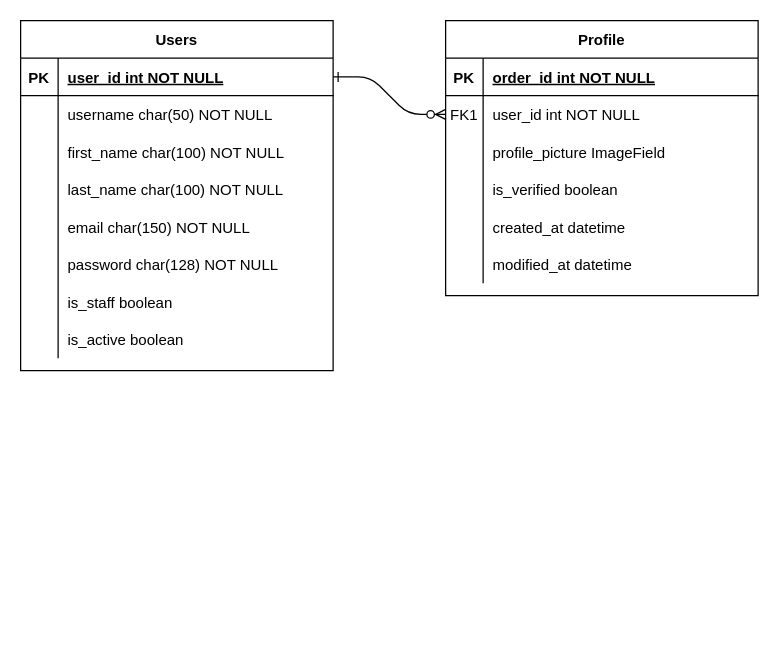
Estadias-Fracc/ER keeps this draw.io diagram as ER.drawio. Above is the earlier version. Source tidied: cells renumbered, new cells numbered last; positions are measured from the earlier drawing's top-left corner, leaving out a move shared by most shapes. Both pictures are drawn from the tidied source at 125%, with x=0, y=0 at pixel (20, 20).
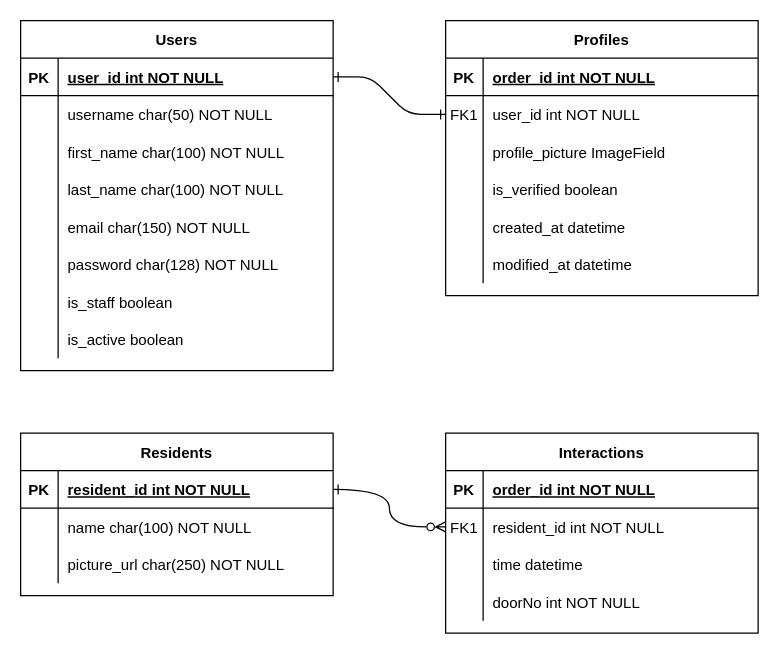
The same diagram, later.

Unchanged cells that the change refers to:
```xml
<mxCell id="7" style="shape=partialRectangle;fillColor=none;points=[[0,0.5],[1,0.5]];portConstraint=eastwest;top=0;left=0;right=0;bottom=0;" parent="3" vertex="1">
  <mxGeometry y="60" width="250" height="30" as="geometry" />
</mxCell>
<mxCell id="23" style="shape=partialRectangle;fillColor=none;points=[[0,0.5],[1,0.5]];portConstraint=eastwest;top=0;left=0;right=0;bottom=1;" parent="22" vertex="1">
  <mxGeometry y="30" width="250" height="30" as="geometry" />
</mxCell>
```

The edit, as a diff of the source:
```diff
@@
-    <mxCell id="2" style="edgeStyle=entityRelationEdgeStyle;endArrow=ERzeroToMany;startArrow=ERone;endFill=1;startFill=0;" parent="1" edge="1" source="23" target="7">
+    <mxCell id="2" style="edgeStyle=entityRelationEdgeStyle;endArrow=ERone;startArrow=ERone;endFill=0;startFill=0;" parent="1" edge="1" source="23" target="7">
       <mxGeometry relative="1" as="geometry" />
     </mxCell>
-    <mxCell id="3" value="Profile" style="shape=table;startSize=30;childLayout=tableLayout;rowLines=0;fontStyle=1;align=center;" parent="1" vertex="1">
+    <mxCell id="3" value="Profiles" style="shape=table;startSize=30;childLayout=tableLayout;rowLines=0;fontStyle=1;align=center;" parent="1" vertex="1">
       <mxGeometry x="340" width="250" height="220" as="geometry" />
     </mxCell>
@@
+    <mxCell id="47" value="Residents" style="shape=table;startSize=30;childLayout=tableLayout;rowLines=0;fontStyle=1;align=center;" parent="1" vertex="1">
+      <mxGeometry y="330" width="250" height="130" as="geometry" />
+    </mxCell>
+    <mxCell id="48" style="shape=partialRectangle;fillColor=none;points=[[0,0.5],[1,0.5]];portConstraint=eastwest;top=0;left=0;right=0;bottom=1;" parent="47" vertex="1">
+      <mxGeometry y="30" width="250" height="30" as="geometry" />
+    </mxCell>
+    <mxCell id="49" value="PK" style="shape=partialRectangle;overflow=hidden;fillColor=none;top=0;left=0;bottom=0;right=0;fontStyle=1;" parent="48" vertex="1">
+      <mxGeometry width="30" height="30" as="geometry" />
+    </mxCell>
+    <mxCell id="50" value="resident_id int NOT NULL " style="shape=partialRectangle;overflow=hidden;fillColor=none;top=0;left=0;bottom=0;right=0;align=left;spacingLeft=6;fontStyle=5;" parent="48" vertex="1">
+      <mxGeometry x="30" width="220" height="30" as="geometry" />
+    </mxCell>
+    <mxCell id="51" style="shape=partialRectangle;fillColor=none;top=0;left=0;right=0;bottom=0;" parent="47" vertex="1">
+      <mxGeometry y="60" width="250" height="30" as="geometry" />
+    </mxCell>
+    <mxCell id="52" style="shape=partialRectangle;overflow=hidden;fillColor=none;top=0;left=0;bottom=0;right=0;" parent="51" vertex="1">
+      <mxGeometry width="30" height="30" as="geometry" />
+    </mxCell>
+    <mxCell id="53" value="name char(100) NOT NULL" style="shape=partialRectangle;overflow=hidden;fillColor=none;top=0;left=0;bottom=0;right=0;align=left;spacingLeft=6;" parent="51" vertex="1">
+      <mxGeometry x="30" width="220" height="30" as="geometry" />
+    </mxCell>
+    <mxCell id="54" style="shape=partialRectangle;fillColor=none;top=0;left=0;right=0;bottom=0;" parent="47" vertex="1">
+      <mxGeometry y="90" width="250" height="30" as="geometry" />
+    </mxCell>
+    <mxCell id="55" style="shape=partialRectangle;overflow=hidden;fillColor=none;top=0;left=0;bottom=0;right=0;" parent="54" vertex="1">
+      <mxGeometry width="30" height="30" as="geometry" />
+    </mxCell>
+    <mxCell id="56" value="picture_url char(250) NOT NULL" style="shape=partialRectangle;overflow=hidden;fillColor=none;top=0;left=0;bottom=0;right=0;align=left;spacingLeft=6;" parent="54" vertex="1">
+      <mxGeometry x="30" width="220" height="30" as="geometry" />
+    </mxCell>
+    <mxCell id="57" value="Interactions" style="shape=table;startSize=30;childLayout=tableLayout;rowLines=0;fontStyle=1;align=center;" parent="1" vertex="1">
+      <mxGeometry x="340" y="330" width="250" height="160" as="geometry" />
+    </mxCell>
+    <mxCell id="58" style="shape=partialRectangle;fillColor=none;top=0;left=0;right=0;bottom=1;" parent="57" vertex="1">
+      <mxGeometry y="30" width="250" height="30" as="geometry" />
+    </mxCell>
+    <mxCell id="59" value="PK" style="shape=partialRectangle;overflow=hidden;fillColor=none;top=0;left=0;bottom=0;right=0;fontStyle=1;" parent="58" vertex="1">
+      <mxGeometry width="30" height="30" as="geometry" />
+    </mxCell>
+    <mxCell id="60" value="order_id int NOT NULL " style="shape=partialRectangle;overflow=hidden;fillColor=none;top=0;left=0;bottom=0;right=0;align=left;spacingLeft=6;fontStyle=5;" parent="58" vertex="1">
+      <mxGeometry x="30" width="220" height="30" as="geometry" />
+    </mxCell>
+    <mxCell id="61" style="shape=partialRectangle;fillColor=none;points=[[0,0.5],[1,0.5]];portConstraint=eastwest;top=0;left=0;right=0;bottom=0;" parent="57" vertex="1">
+      <mxGeometry y="60" width="250" height="30" as="geometry" />
+    </mxCell>
+    <mxCell id="62" value="FK1" style="shape=partialRectangle;overflow=hidden;fillColor=none;top=0;left=0;bottom=0;right=0;" parent="61" vertex="1">
+      <mxGeometry width="30" height="30" as="geometry" />
+    </mxCell>
+    <mxCell id="63" value="resident_id int NOT NULL" style="shape=partialRectangle;overflow=hidden;fillColor=none;top=0;left=0;bottom=0;right=0;align=left;spacingLeft=6;" parent="61" vertex="1">
+      <mxGeometry x="30" width="220" height="30" as="geometry" />
+    </mxCell>
+    <mxCell id="64" style="shape=partialRectangle;fillColor=none;top=0;left=0;right=0;bottom=0;" parent="57" vertex="1">
+      <mxGeometry y="90" width="250" height="30" as="geometry" />
+    </mxCell>
+    <mxCell id="65" style="shape=partialRectangle;overflow=hidden;fillColor=none;top=0;left=0;bottom=0;right=0;" parent="64" vertex="1">
+      <mxGeometry width="30" height="30" as="geometry" />
+    </mxCell>
+    <mxCell id="66" value="time datetime" style="shape=partialRectangle;overflow=hidden;fillColor=none;top=0;left=0;bottom=0;right=0;align=left;spacingLeft=6;" parent="64" vertex="1">
+      <mxGeometry x="30" width="220" height="30" as="geometry" />
+    </mxCell>
+    <mxCell id="67" style="shape=partialRectangle;fillColor=none;top=0;left=0;right=0;bottom=0;" parent="57" vertex="1">
+      <mxGeometry y="120" width="250" height="30" as="geometry" />
+    </mxCell>
+    <mxCell id="68" style="shape=partialRectangle;overflow=hidden;fillColor=none;top=0;left=0;bottom=0;right=0;" parent="67" vertex="1">
+      <mxGeometry width="30" height="30" as="geometry" />
+    </mxCell>
+    <mxCell id="69" value="doorNo int NOT NULL " style="shape=partialRectangle;overflow=hidden;fillColor=none;top=0;left=0;bottom=0;right=0;align=left;spacingLeft=6;" parent="67" vertex="1">
+      <mxGeometry x="30" width="220" height="30" as="geometry" />
+    </mxCell>
+    <mxCell id="70" style="edgeStyle=orthogonalEdgeStyle;rounded=0;jettySize=auto;html=1;entryX=0;entryY=0.5;entryDx=0;entryDy=0;curved=1;endArrow=ERzeroToMany;endFill=0;startArrow=ERone;startFill=0;" parent="1" edge="1" source="48" target="61">
+      <mxGeometry relative="1" as="geometry" />
+    </mxCell>
```
